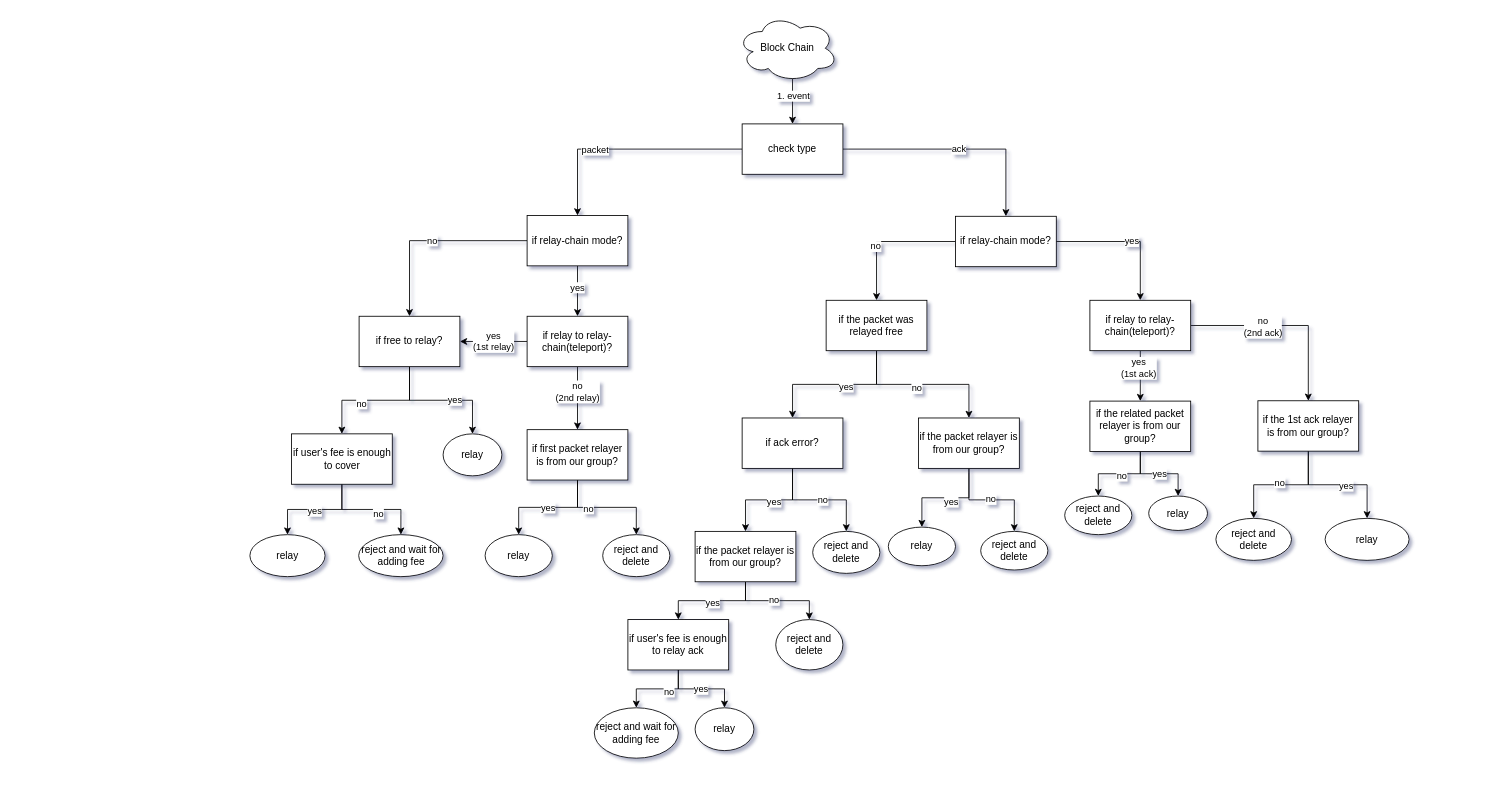
FletcherMan/diagrams keeps this draw.io diagram as Untitled Diagram.drawio. Above is the earlier version. Source tidied: cells renumbered, new cells numbered last; positions are measured from the earlier drawing's top-left corner, leaving out a move shared by most shapes. Both pictures are drawn from the tidied source at 84%, with x=0, y=0 at pixel (249, 14).
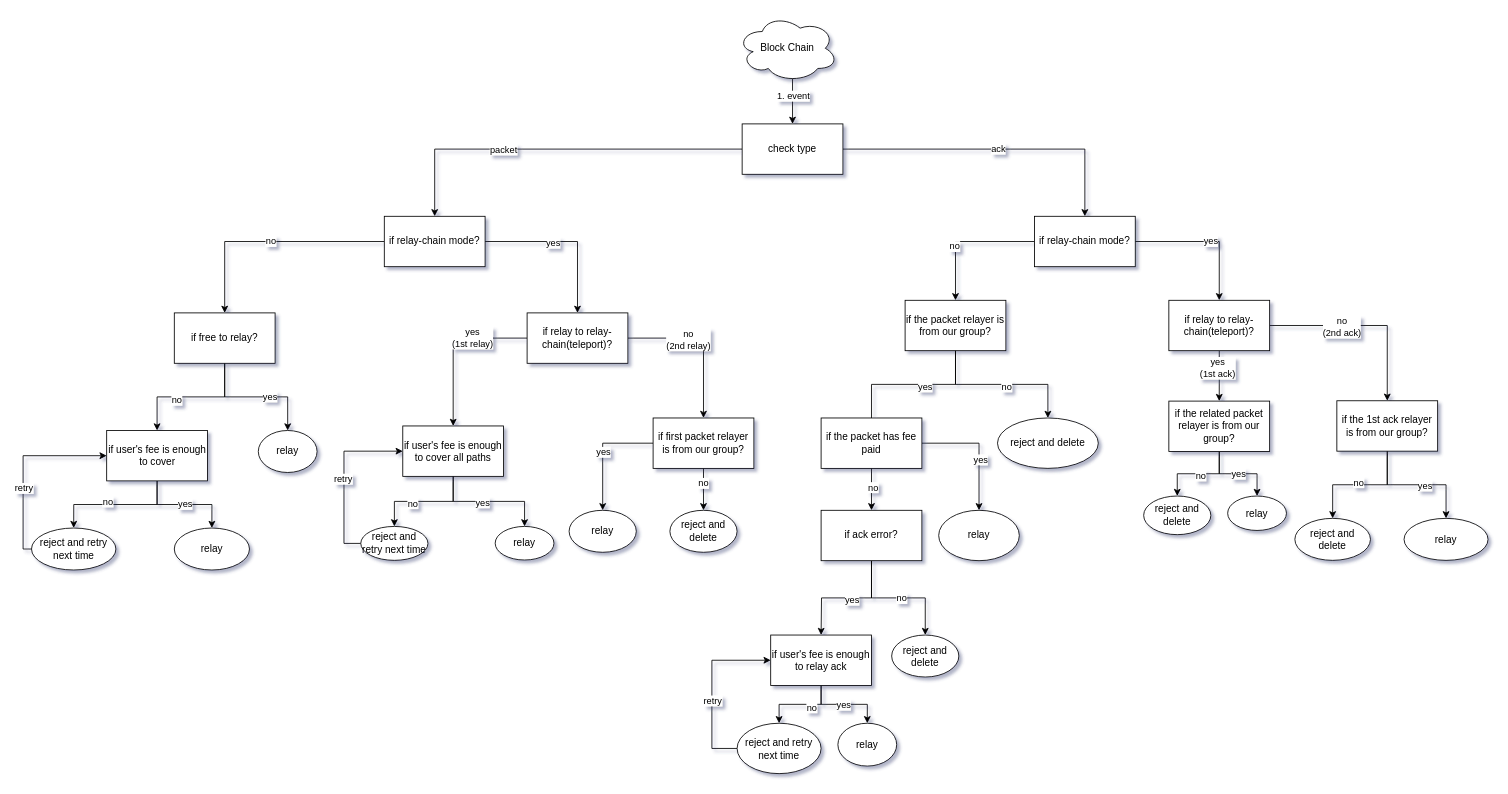
The same diagram, later.

Change to the diagram source:
```diff
@@
-    <mxCell id="11" style="edgeStyle=orthogonalEdgeStyle;rounded=0;jettySize=auto;html=1;" parent="1" edge="1" source="13" target="22">
+    <mxCell id="11" style="edgeStyle=orthogonalEdgeStyle;rounded=0;jettySize=auto;html=1;exitX=1;exitY=0.5;exitDx=0;exitDy=0;" parent="1" edge="1" source="13" target="22">
       <mxGeometry relative="1" as="geometry" />
     </mxCell>
@@
     <mxCell id="13" value="if relay-chain mode?" style="rounded=0;whiteSpace=wrap;html=1;" parent="1" vertex="1">
-      <mxGeometry x="330" y="239" width="120" height="60" as="geometry" />
+      <mxGeometry x="160" y="240" width="120" height="60" as="geometry" />
     </mxCell>
@@
     <mxCell id="18" value="if relay-chain mode?" style="whiteSpace=wrap;html=1;rounded=0;" parent="1" vertex="1">
-      <mxGeometry x="840" y="240" width="120" height="60" as="geometry" />
+      <mxGeometry x="934" y="240" width="120" height="60" as="geometry" />
     </mxCell>
-    <mxCell id="19" style="edgeStyle=orthogonalEdgeStyle;rounded=0;jettySize=auto;html=1;" parent="1" edge="1" source="22" target="40">
+    <mxCell id="19" style="edgeStyle=orthogonalEdgeStyle;rounded=0;jettySize=auto;html=1;exitX=1;exitY=0.5;exitDx=0;exitDy=0;" parent="1" edge="1" source="22" target="40">
       <mxGeometry relative="1" as="geometry" />
     </mxCell>
@@
+    <mxCell id="93" style="edgeStyle=orthogonalEdgeStyle;rounded=0;jettySize=auto;html=1;" parent="1" edge="1" source="22" target="104">
+      <mxGeometry relative="1" as="geometry">
+        <Array as="points">
+          <mxPoint x="242" y="385" />
+        </Array>
+      </mxGeometry>
+    </mxCell>
-    <mxCell id="21" value="yes&lt;br&gt;(1st relay)" style="edgeStyle=orthogonalEdgeStyle;rounded=0;jettySize=auto;html=1;exitX=0;exitY=0.5;exitDx=0;exitDy=0;entryX=1;entryY=0.5;entryDx=0;entryDy=0;" parent="1" edge="1" source="22" target="27">
-      <mxGeometry relative="1" as="geometry" />
+    <mxCell id="21" value="yes&lt;br&gt;(1st relay)" style="edgeLabel;html=1;align=center;verticalAlign=middle;" parent="93" vertex="1">
+      <mxGeometry x="-0.31" y="-1" relative="1" as="geometry" />
     </mxCell>
     <mxCell id="22" value="if relay to relay-chain(teleport)?" style="rounded=0;whiteSpace=wrap;html=1;" parent="1" vertex="1">
-      <mxGeometry x="330" y="359" width="120" height="60" as="geometry" />
+      <mxGeometry x="330" y="355" width="120" height="60" as="geometry" />
     </mxCell>
@@
     <mxCell id="27" value="if free to relay?" style="rounded=0;whiteSpace=wrap;html=1;" parent="1" vertex="1">
-      <mxGeometry x="130" y="359" width="120" height="60" as="geometry" />
+      <mxGeometry x="-90" y="355" width="120" height="60" as="geometry" />
     </mxCell>
@@
     <mxCell id="32" value="if user's fee is enough to cover" style="rounded=0;whiteSpace=wrap;html=1;" parent="1" vertex="1">
-      <mxGeometry x="49.5" y="499" width="120" height="60" as="geometry" />
+      <mxGeometry x="-170.5" y="495" width="120" height="60" as="geometry" />
     </mxCell>
     <mxCell id="33" value="relay" style="ellipse;whiteSpace=wrap;html=1;rounded=0;" parent="1" vertex="1">
-      <mxGeometry y="619" width="89.5" height="50" as="geometry" />
+      <mxGeometry x="-90" y="611.1" width="89.5" height="50" as="geometry" />
     </mxCell>
+    <mxCell id="94" style="edgeStyle=orthogonalEdgeStyle;rounded=0;jettySize=auto;html=1;entryX=0;entryY=0.5;entryDx=0;entryDy=0;" parent="1" edge="1" source="34" target="32">
+      <mxGeometry relative="1" as="geometry">
+        <Array as="points">
+          <mxPoint x="-270" y="636" />
+          <mxPoint x="-270" y="525" />
+        </Array>
+      </mxGeometry>
+    </mxCell>
+    <mxCell id="95" value="retry" style="edgeLabel;html=1;align=center;verticalAlign=middle;" parent="94" vertex="1">
+      <mxGeometry x="-0.25" relative="1" as="geometry" />
+    </mxCell>
-    <mxCell id="34" value="reject and wait for adding fee" style="ellipse;whiteSpace=wrap;html=1;rounded=0;" parent="1" vertex="1">
-      <mxGeometry x="129.5" y="619" width="100.5" height="50" as="geometry" />
+    <mxCell id="34" value="reject and retry next time" style="ellipse;whiteSpace=wrap;html=1;rounded=0;" parent="1" vertex="1">
+      <mxGeometry x="-260" y="611.1" width="100.5" height="50" as="geometry" />
     </mxCell>
     <mxCell id="35" value="relay" style="ellipse;whiteSpace=wrap;html=1;rounded=0;" parent="1" vertex="1">
-      <mxGeometry x="230" y="499" width="70" height="50" as="geometry" />
+      <mxGeometry x="10" y="495" width="70" height="50" as="geometry" />
     </mxCell>
@@
     <mxCell id="40" value="if first packet relayer is from our group?" style="rounded=0;whiteSpace=wrap;html=1;" parent="1" vertex="1">
-      <mxGeometry x="330" y="494" width="120" height="60" as="geometry" />
+      <mxGeometry x="480" y="480.1" width="120" height="60" as="geometry" />
     </mxCell>
     <mxCell id="41" value="reject and delete" style="ellipse;whiteSpace=wrap;html=1;rounded=0;" parent="1" vertex="1">
-      <mxGeometry x="420" y="619" width="80" height="50" as="geometry" />
+      <mxGeometry x="500" y="590" width="80" height="50" as="geometry" />
     </mxCell>
     <mxCell id="42" value="relay" style="ellipse;whiteSpace=wrap;html=1;rounded=0;" parent="1" vertex="1">
-      <mxGeometry x="280" y="619" width="80" height="50" as="geometry" />
+      <mxGeometry x="380" y="590" width="80" height="50" as="geometry" />
     </mxCell>
-    <mxCell id="43" style="edgeStyle=orthogonalEdgeStyle;rounded=0;jettySize=auto;html=1;" parent="1" edge="1" source="47" target="57">
-      <mxGeometry relative="1" as="geometry" />
-    </mxCell>
-    <mxCell id="44" value="yes" style="edgeLabel;html=1;align=center;verticalAlign=middle;" parent="43" vertex="1">
-      <mxGeometry x="-0.13" y="2" relative="1" as="geometry">
-        <mxPoint x="1" as="offset" />
-      </mxGeometry>
-    </mxCell>
-    <mxCell id="45" style="edgeStyle=orthogonalEdgeStyle;rounded=0;jettySize=auto;html=1;" parent="1" edge="1" source="47" target="76">
-      <mxGeometry relative="1" as="geometry" />
-    </mxCell>
-    <mxCell id="46" value="no" style="edgeLabel;html=1;align=center;verticalAlign=middle;" parent="45" vertex="1">
-      <mxGeometry x="-0.08" y="-4" relative="1" as="geometry">
-        <mxPoint x="1" as="offset" />
-      </mxGeometry>
-    </mxCell>
+    <mxCell id="96" style="edgeStyle=orthogonalEdgeStyle;rounded=0;jettySize=auto;html=1;" parent="1" edge="1" source="47" target="108">
+      <mxGeometry relative="1" as="geometry" />
+    </mxCell>
+    <mxCell id="97" value="no" style="edgeLabel;html=1;align=center;verticalAlign=middle;" parent="96" vertex="1">
+      <mxGeometry x="0.06" y="-2" relative="1" as="geometry" />
+    </mxCell>
-    <mxCell id="47" value="if the packet was relayed free" style="whiteSpace=wrap;html=1;rounded=0;" parent="1" vertex="1">
-      <mxGeometry x="686" y="340" width="120" height="60" as="geometry" />
+    <mxCell id="47" value="if the packet relayer is from our group?" style="whiteSpace=wrap;html=1;rounded=0;" parent="1" vertex="1">
+      <mxGeometry x="780" y="340" width="120" height="60" as="geometry" />
     </mxCell>
@@
     <mxCell id="52" value="if relay to relay-chain(teleport)?" style="whiteSpace=wrap;html=1;rounded=0;" parent="1" vertex="1">
-      <mxGeometry x="1000" y="340" width="120" height="60" as="geometry" />
+      <mxGeometry x="1094" y="340" width="120" height="60" as="geometry" />
     </mxCell>
@@
-    <mxCell id="55" style="edgeStyle=orthogonalEdgeStyle;rounded=0;jettySize=auto;html=1;" parent="1" edge="1" source="57" target="63">
-      <mxGeometry relative="1" as="geometry" />
+    <mxCell id="55" style="edgeStyle=orthogonalEdgeStyle;rounded=0;jettySize=auto;html=1;entryX=0.5;entryY=0;entryDx=0;entryDy=0;exitX=0.5;exitY=1;exitDx=0;exitDy=0;" parent="1" edge="1" source="57">
+      <mxGeometry relative="1" as="geometry">
+        <mxPoint x="680" y="738.5" as="targetPoint" />
+      </mxGeometry>
     </mxCell>
@@
     <mxCell id="57" value="if ack error?" style="whiteSpace=wrap;html=1;rounded=0;" parent="1" vertex="1">
-      <mxGeometry x="586" y="480.1" width="120" height="60" as="geometry" />
+      <mxGeometry x="680" y="590" width="120" height="60" as="geometry" />
     </mxCell>
     <mxCell id="58" value="reject and delete" style="ellipse;whiteSpace=wrap;html=1;rounded=0;" parent="1" vertex="1">
-      <mxGeometry x="670" y="615.1" width="80" height="50" as="geometry" />
+      <mxGeometry x="764" y="738.5" width="80" height="50" as="geometry" />
     </mxCell>
-    <mxCell id="59" style="edgeStyle=orthogonalEdgeStyle;rounded=0;jettySize=auto;html=1;" parent="1" edge="1" source="63" target="64">
-      <mxGeometry relative="1" as="geometry" />
-    </mxCell>
-    <mxCell id="60" value="no" style="edgeLabel;html=1;align=center;verticalAlign=middle;" parent="59" vertex="1">
-      <mxGeometry x="-0.08" y="1" relative="1" as="geometry" />
-    </mxCell>
-    <mxCell id="61" style="edgeStyle=orthogonalEdgeStyle;rounded=0;jettySize=auto;html=1;" parent="1" edge="1" source="63" target="69">
-      <mxGeometry relative="1" as="geometry" />
-    </mxCell>
-    <mxCell id="62" value="yes" style="edgeLabel;html=1;align=center;verticalAlign=middle;" parent="61" vertex="1">
-      <mxGeometry x="0.01" y="2" relative="1" as="geometry">
-        <mxPoint x="1" as="offset" />
-      </mxGeometry>
-    </mxCell>
-    <mxCell id="63" value="if the packet relayer is from our group?" style="whiteSpace=wrap;html=1;rounded=0;" parent="1" vertex="1">
-      <mxGeometry x="530" y="615.1" width="120" height="60" as="geometry" />
-    </mxCell>
-    <mxCell id="64" value="reject and delete" style="ellipse;whiteSpace=wrap;html=1;rounded=0;" parent="1" vertex="1">
-      <mxGeometry x="626" y="720.1" width="80" height="60" as="geometry" />
-    </mxCell>
@@
     <mxCell id="69" value="if user's fee is enough to relay ack" style="whiteSpace=wrap;html=1;rounded=0;" parent="1" vertex="1">
-      <mxGeometry x="450" y="720.1" width="120" height="60" as="geometry" />
+      <mxGeometry x="620" y="738.5" width="120" height="60" as="geometry" />
     </mxCell>
+    <mxCell id="98" style="edgeStyle=orthogonalEdgeStyle;rounded=0;jettySize=auto;html=1;entryX=0;entryY=0.5;entryDx=0;entryDy=0;exitX=0;exitY=0.5;exitDx=0;exitDy=0;" parent="1" edge="1" source="70" target="69">
+      <mxGeometry relative="1" as="geometry">
+        <Array as="points">
+          <mxPoint x="550" y="873.4" />
+          <mxPoint x="550" y="768.4" />
+        </Array>
+      </mxGeometry>
+    </mxCell>
+    <mxCell id="99" value="retry" style="edgeLabel;html=1;align=center;verticalAlign=middle;" parent="98" vertex="1">
+      <mxGeometry x="-0.15" relative="1" as="geometry" />
+    </mxCell>
-    <mxCell id="70" value="reject and wait for adding fee" style="ellipse;whiteSpace=wrap;html=1;rounded=0;" parent="1" vertex="1">
-      <mxGeometry x="410" y="825.1" width="100" height="60" as="geometry" />
+    <mxCell id="70" value="reject and retry next time" style="ellipse;whiteSpace=wrap;html=1;rounded=0;" parent="1" vertex="1">
+      <mxGeometry x="580" y="843.5" width="100" height="60" as="geometry" />
     </mxCell>
     <mxCell id="71" value="relay" style="ellipse;whiteSpace=wrap;html=1;rounded=0;" parent="1" vertex="1">
-      <mxGeometry x="530" y="825.1" width="70" height="51" as="geometry" />
+      <mxGeometry x="700" y="843.5" width="70" height="51" as="geometry" />
     </mxCell>
-    <mxCell id="72" style="edgeStyle=orthogonalEdgeStyle;rounded=0;jettySize=auto;html=1;exitX=0.5;exitY=1;exitDx=0;exitDy=0;entryX=0.5;entryY=0;entryDx=0;entryDy=0;" parent="1" edge="1" source="76" target="77">
-      <mxGeometry relative="1" as="geometry" />
-    </mxCell>
-    <mxCell id="73" value="no" style="edgeLabel;html=1;align=center;verticalAlign=middle;" parent="72" vertex="1">
-      <mxGeometry x="-0.02" y="1" relative="1" as="geometry" />
-    </mxCell>
-    <mxCell id="74" style="edgeStyle=orthogonalEdgeStyle;rounded=0;jettySize=auto;html=1;" parent="1" edge="1" source="76" target="78">
-      <mxGeometry relative="1" as="geometry" />
-    </mxCell>
-    <mxCell id="75" value="yes" style="edgeLabel;html=1;align=center;verticalAlign=middle;" parent="74" vertex="1">
-      <mxGeometry x="-0.09" y="4" relative="1" as="geometry" />
-    </mxCell>
-    <mxCell id="76" value="if the packet relayer is from our group?" style="whiteSpace=wrap;html=1;rounded=0;" parent="1" vertex="1">
-      <mxGeometry x="796" y="480.1" width="120" height="60" as="geometry" />
-    </mxCell>
-    <mxCell id="77" value="reject and delete" style="ellipse;whiteSpace=wrap;html=1;rounded=0;" parent="1" vertex="1">
-      <mxGeometry x="870" y="615.1" width="80" height="46" as="geometry" />
-    </mxCell>
-    <mxCell id="78" value="relay" style="ellipse;whiteSpace=wrap;html=1;rounded=0;" parent="1" vertex="1">
-      <mxGeometry x="760" y="610" width="80" height="46" as="geometry" />
-    </mxCell>
@@
     <mxCell id="82" value="if the related packet relayer is from our group?" style="whiteSpace=wrap;html=1;rounded=0;" parent="1" vertex="1">
-      <mxGeometry x="1000" y="460" width="120" height="60" as="geometry" />
+      <mxGeometry x="1094" y="460" width="120" height="60" as="geometry" />
     </mxCell>
     <mxCell id="83" value="relay" style="ellipse;whiteSpace=wrap;html=1;rounded=0;" parent="1" vertex="1">
-      <mxGeometry x="1070" y="573" width="70" height="41" as="geometry" />
+      <mxGeometry x="1164" y="573" width="70" height="41" as="geometry" />
     </mxCell>
     <mxCell id="84" value="reject and delete" style="ellipse;whiteSpace=wrap;html=1;rounded=0;" parent="1" vertex="1">
-      <mxGeometry x="970" y="573" width="80" height="46" as="geometry" />
+      <mxGeometry x="1064" y="573" width="80" height="46" as="geometry" />
     </mxCell>
@@
     <mxCell id="89" value="if the 1st ack relayer is from our group?" style="whiteSpace=wrap;html=1;rounded=0;" parent="1" vertex="1">
-      <mxGeometry x="1200" y="459.6" width="120" height="60" as="geometry" />
+      <mxGeometry x="1294" y="459.6" width="120" height="60" as="geometry" />
     </mxCell>
     <mxCell id="90" value="reject and delete" style="ellipse;whiteSpace=wrap;html=1;rounded=0;" parent="1" vertex="1">
-      <mxGeometry x="1150" y="599.6" width="90" height="50" as="geometry" />
+      <mxGeometry x="1244" y="599.6" width="90" height="50" as="geometry" />
     </mxCell>
     <mxCell id="91" value="relay" style="ellipse;whiteSpace=wrap;html=1;rounded=0;" parent="1" vertex="1">
-      <mxGeometry x="1280" y="599.6" width="100" height="50" as="geometry" />
+      <mxGeometry x="1374" y="599.6" width="100" height="50" as="geometry" />
     </mxCell>
@@
+    <mxCell id="100" style="edgeStyle=orthogonalEdgeStyle;rounded=0;jettySize=auto;html=1;" parent="1" edge="1" source="104" target="78">
+      <mxGeometry relative="1" as="geometry" />
+    </mxCell>
+    <mxCell id="101" value="yes" style="edgeLabel;html=1;align=center;verticalAlign=middle;" parent="100" vertex="1">
+      <mxGeometry x="-0.12" y="-1" relative="1" as="geometry" />
+    </mxCell>
+    <mxCell id="102" style="edgeStyle=orthogonalEdgeStyle;rounded=0;jettySize=auto;html=1;" parent="1" edge="1" source="104" target="107">
+      <mxGeometry relative="1" as="geometry" />
+    </mxCell>
+    <mxCell id="103" value="no" style="edgeLabel;html=1;align=center;verticalAlign=middle;" parent="102" vertex="1">
+      <mxGeometry x="0.2" y="2" relative="1" as="geometry" />
+    </mxCell>
+    <mxCell id="104" value="if user's fee is enough to cover all paths" style="rounded=0;whiteSpace=wrap;html=1;" parent="1" vertex="1">
+      <mxGeometry x="182" y="489.6" width="120" height="60" as="geometry" />
+    </mxCell>
+    <mxCell id="78" value="relay" style="ellipse;whiteSpace=wrap;html=1;rounded=0;" parent="1" vertex="1">
+      <mxGeometry x="292" y="609.2" width="70" height="40" as="geometry" />
+    </mxCell>
+    <mxCell id="105" style="edgeStyle=orthogonalEdgeStyle;rounded=0;jettySize=auto;html=1;entryX=0;entryY=0.5;entryDx=0;entryDy=0;exitX=0;exitY=0.5;exitDx=0;exitDy=0;" parent="1" edge="1" source="107" target="104">
+      <mxGeometry relative="1" as="geometry" />
+    </mxCell>
+    <mxCell id="106" value="retry" style="edgeLabel;html=1;align=center;verticalAlign=middle;" parent="105" vertex="1">
+      <mxGeometry x="-0.03" y="2" relative="1" as="geometry" />
+    </mxCell>
+    <mxCell id="107" value="reject and retry next time" style="ellipse;whiteSpace=wrap;html=1;rounded=0;" parent="1" vertex="1">
+      <mxGeometry x="132" y="609.2" width="80" height="40.4" as="geometry" />
+    </mxCell>
+    <mxCell id="108" value="reject and delete" style="ellipse;whiteSpace=wrap;html=1;rounded=0;" parent="1" vertex="1">
+      <mxGeometry x="890" y="480.1" width="120" height="60" as="geometry" />
+    </mxCell>
+    <mxCell id="109" style="edgeStyle=orthogonalEdgeStyle;rounded=0;jettySize=auto;html=1;" parent="1" edge="1" source="113" target="57">
+      <mxGeometry relative="1" as="geometry" />
+    </mxCell>
+    <mxCell id="110" value="no" style="edgeLabel;html=1;align=center;verticalAlign=middle;" parent="109" vertex="1">
+      <mxGeometry x="-0.12" y="1" relative="1" as="geometry" />
+    </mxCell>
+    <mxCell id="111" style="edgeStyle=orthogonalEdgeStyle;rounded=0;jettySize=auto;html=1;entryX=0.5;entryY=0;entryDx=0;entryDy=0;" parent="1" edge="1" source="113" target="116">
+      <mxGeometry relative="1" as="geometry" />
+    </mxCell>
+    <mxCell id="112" value="yes" style="edgeLabel;html=1;align=center;verticalAlign=middle;" parent="111" vertex="1">
+      <mxGeometry x="0.17" y="1" relative="1" as="geometry" />
+    </mxCell>
+    <mxCell id="113" value="if the packet has fee paid" style="rounded=0;whiteSpace=wrap;html=1;" parent="1" vertex="1">
+      <mxGeometry x="680" y="480.1" width="120" height="60" as="geometry" />
+    </mxCell>
+    <mxCell id="114" style="edgeStyle=orthogonalEdgeStyle;rounded=0;jettySize=auto;html=1;endArrow=none;" parent="1" edge="1" source="47" target="113">
+      <mxGeometry relative="1" as="geometry" />
+    </mxCell>
+    <mxCell id="115" value="yes" style="edgeLabel;html=1;align=center;verticalAlign=middle;" parent="114" vertex="1">
+      <mxGeometry x="-0.13" y="2" relative="1" as="geometry">
+        <mxPoint x="1" as="offset" />
+      </mxGeometry>
+    </mxCell>
+    <mxCell id="116" value="relay" style="ellipse;whiteSpace=wrap;html=1;" parent="1" vertex="1">
+      <mxGeometry x="820" y="590" width="96" height="60" as="geometry" />
+    </mxCell>
```
